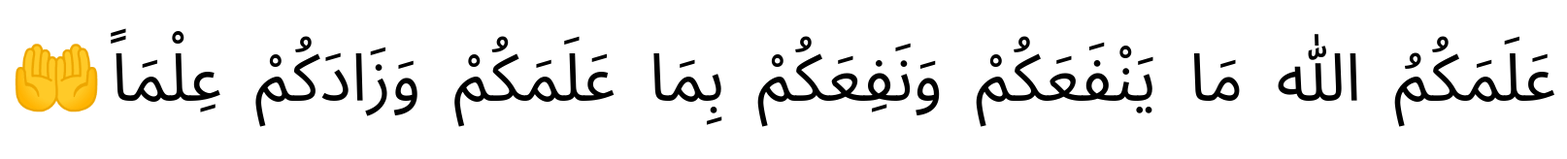
Before: assets/Final.png, a diagram exported from Excalidraw (Mohamed-abdalazez/Docker). Source tidied: one line per element, renumbered; positions are measured from the earlier drawing's top-left corner, leaving out a move shared by most shapes. The source it was exported from:
```json
{"id": 0, "type": "text", "text": "عَلَمَكُمُ الله مَا يَنْفَعَكُمْ وَنَفِعَكُمْ بِمَا عَلَمَكُمْ وَزَادَكُمْ عِلْمَاً", "strokeColor": "#000000", "strokeWidth": 4, "roughness": 0, "fontSize": 68.14, "fontFamily": 1, "x": 105, "y": 0, "width": 1490, "height": 144}
{"id": 1, "type": "text", "text": "🤲", "strokeColor": "#000000", "strokeWidth": 4, "roughness": 0, "fontSize": 77.03, "fontFamily": 1, "x": 0, "y": 28, "width": 101, "height": 98}
```
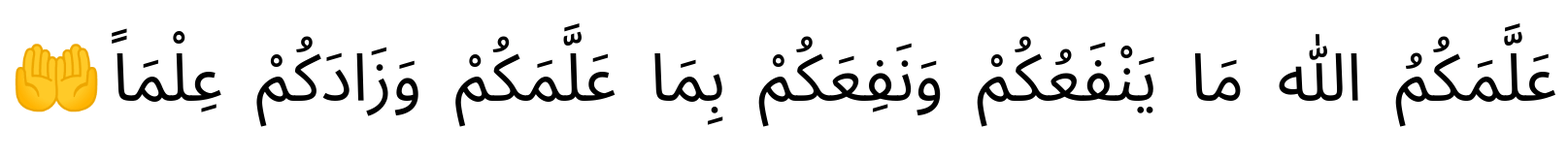
The same diagram one commit later.

Change to the diagram source:
```diff
@@ -1,2 +1,2 @@
-{"id": 0, "type": "text", "text": "عَلَمَكُمُ الله مَا يَنْفَعَكُمْ وَنَفِعَكُمْ بِمَا عَلَمَكُمْ وَزَادَكُمْ عِلْمَاً", "strokeColor": "#000000", "strokeWidth": 4, "roughness": 0, "fontSize": 68.14, "fontFamily": 1, "x": 105, "y": 0, "width": 1490, "height": 144}
+{"id": 0, "type": "text", "text": "عَلَّمَكُمُ الله مَا يَنْفَعُكُمْ وَنَفِعَكُمْ بِمَا عَلَّمَكُمْ وَزَادَكُمْ عِلْمَاً", "strokeColor": "#000000", "strokeWidth": 4, "roughness": 0, "fontSize": 68.14, "fontFamily": 1, "x": 106, "y": 0, "width": 1490, "height": 144}
 {"id": 1, "type": "text", "text": "🤲", "strokeColor": "#000000", "strokeWidth": 4, "roughness": 0, "fontSize": 77.03, "fontFamily": 1, "x": 0, "y": 28, "width": 101, "height": 98}
```
